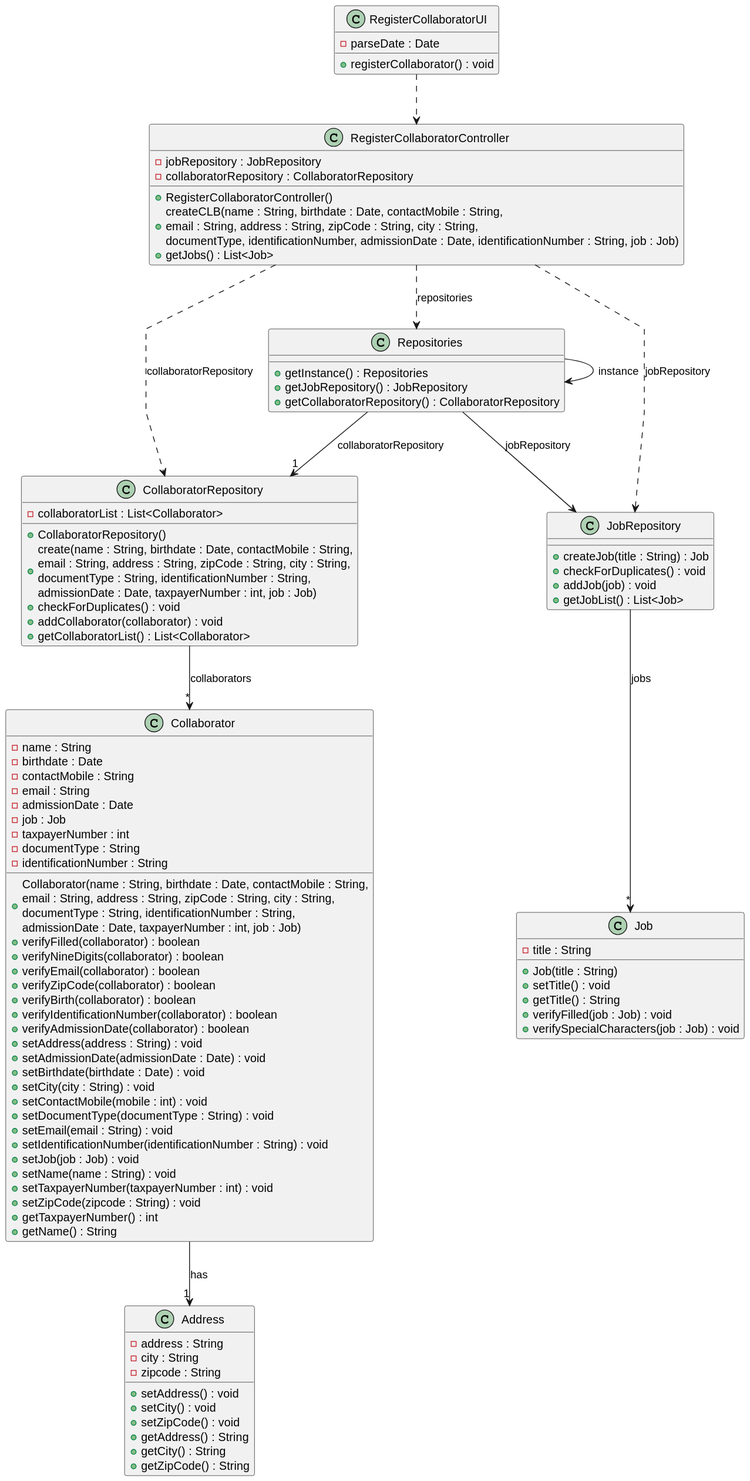
Earlier version of the PlantUML export docs/sprintB/us003/03.design/svg/us003-class-diagram.svg (ricardomm7/leaflink).
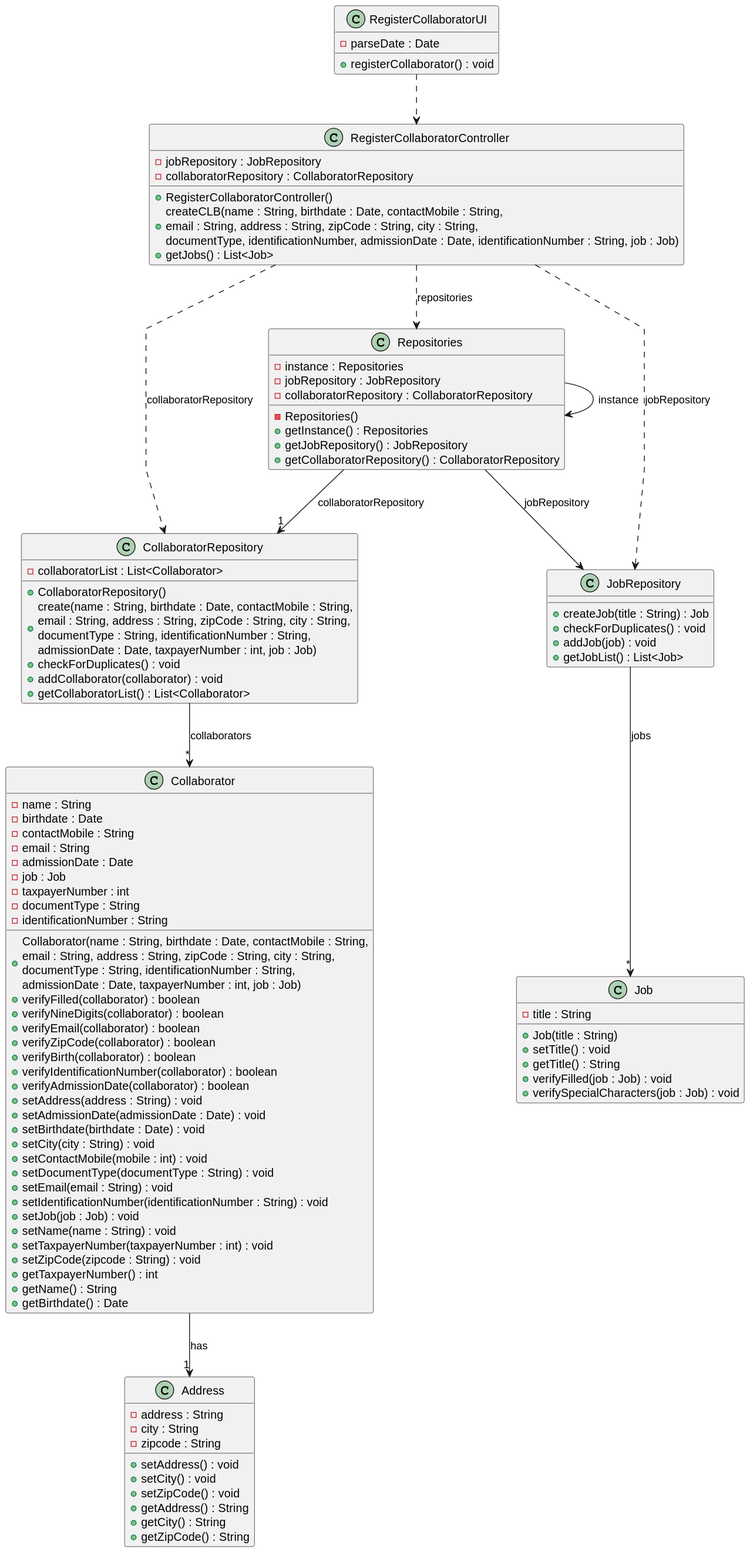
Above is the later version.

The edit, as a diff of the source:
```diff
@@ -18,6 +18,10 @@
 }
 
 class Repositories {
+    - instance : Repositories
+    - Repositories()
+    -jobRepository : JobRepository
+    -collaboratorRepository : CollaboratorRepository
     + getInstance() : Repositories
     +getJobRepository() : JobRepository
     +getCollaboratorRepository() : CollaboratorRepository
@@ -71,6 +75,7 @@
     +setZipCode(zipcode : String) : void
     +getTaxpayerNumber() : int
     +getName() : String
+    +getBirthdate() : Date
 }
 
 class Address {
```
